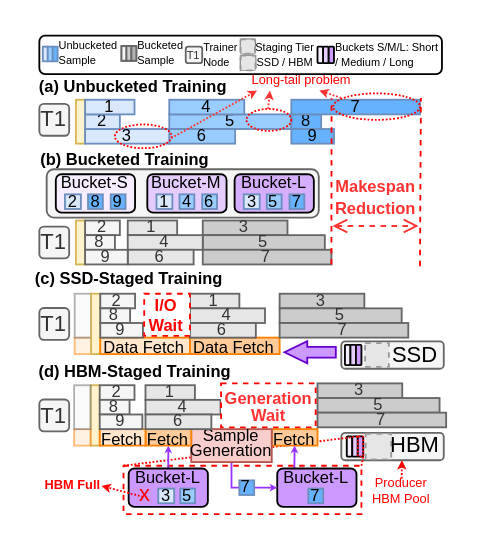
GoodMorningSir/My_drawioPicture keeps this draw.io diagram as 7.14心脏矢量图/design_slot.drawio. Above is the earlier version. Source tidied: cells renumbered, new cells numbered last; positions are measured from the earlier drawing's top-left corner, leaving out a move shared by most shapes. Both pictures are drawn from the tidied source at 183%, with x=0, y=0 at pixel (31, 35). Pictures stored in the file or linked from it are replaced by grey dashed boxes.
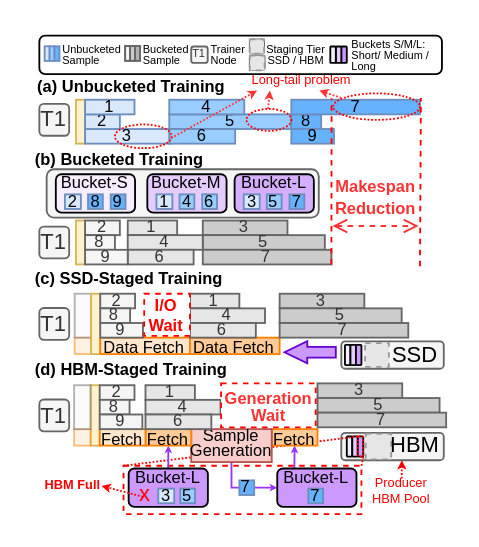
The same page after the edit.

Change to the diagram source:
```diff
@@
     <mxCell id="37" value="&lt;font style=&quot;font-size: 9px;&quot;&gt;(a) Unbucketed Training&lt;/font&gt;" style="text;html=1;whiteSpace=wrap;strokeColor=none;fillColor=none;align=center;verticalAlign=middle;rounded=0;fontStyle=1;" parent="1" vertex="1">
-      <mxGeometry x="3" y="19" width="105" height="15" as="geometry" />
+      <mxGeometry x="2" y="19" width="105" height="15" as="geometry" />
     </mxCell>
     <mxCell id="38" value="&lt;font style=&quot;font-size: 9px;&quot;&gt;(b) Bucketed Training&lt;/font&gt;" style="text;html=1;whiteSpace=wrap;strokeColor=none;fillColor=none;align=left;verticalAlign=middle;rounded=0;fontStyle=1;" parent="1" vertex="1">
-      <mxGeometry x="3" y="59" width="190" height="15" as="geometry" />
+      <mxGeometry x="-0.2" y="59" width="190" height="15" as="geometry" />
     </mxCell>
@@
     <mxCell id="81" value="&lt;font style=&quot;font-size: 9px;&quot;&gt;(d) HBM-Staged Training&lt;/font&gt;" style="text;html=1;whiteSpace=wrap;strokeColor=none;fillColor=none;align=left;verticalAlign=middle;rounded=0;fontStyle=1;" parent="1" vertex="1">
-      <mxGeometry x="2" y="175" width="190" height="15" as="geometry" />
+      <mxGeometry x="-0.2" y="174" width="190" height="15" as="geometry" />
     </mxCell>
     <mxCell id="82" style="group;" parent="1" vertex="1">
-      <mxGeometry x="4" width="220" height="21" as="geometry" />
+      <mxGeometry x="4" width="221" height="21" as="geometry" />
     </mxCell>
@@
     <mxCell id="84" value="&lt;font&gt;T1&lt;/font&gt;" style="rounded=1;whiteSpace=wrap;html=1;fillColor=#f5f5f5;strokeColor=#666666;fontColor=#333333;fontSize=6;" parent="82" vertex="1">
-      <mxGeometry x="80" y="6" width="9" height="9" as="geometry" />
+      <mxGeometry x="83" y="5.9" width="9" height="9" as="geometry" />
     </mxCell>
-    <mxCell id="85" value="&lt;div&gt;&lt;div&gt;Trainer&lt;/div&gt;&lt;div&gt;Node&lt;/div&gt;&lt;/div&gt;" style="text;html=1;whiteSpace=wrap;strokeColor=none;fillColor=none;align=left;verticalAlign=middle;rounded=0;fontSize=6;" parent="82" vertex="1">
-      <mxGeometry x="88.1" y="1.3" width="22.4" height="18.5" as="geometry" />
+    <mxCell id="85" value="&lt;div style=&quot;line-height: 100%;&quot;&gt;&lt;div&gt;Trainer&lt;/div&gt;&lt;div&gt;Node&lt;/div&gt;&lt;/div&gt;" style="text;html=1;whiteSpace=wrap;strokeColor=none;fillColor=none;align=left;verticalAlign=middle;rounded=0;fontSize=6;" parent="82" vertex="1">
+      <mxGeometry x="92" y="1.1" width="22.4" height="18.5" as="geometry" />
     </mxCell>
-    <mxCell id="86" value="&lt;div&gt;Staging Tier SSD / HBM&lt;/div&gt;" style="text;html=1;whiteSpace=wrap;strokeColor=none;fillColor=none;align=center;verticalAlign=middle;rounded=0;fontSize=6;" parent="82" vertex="1">
-      <mxGeometry x="117" y="4.7" width="35.1" height="11.7" as="geometry" />
+    <mxCell id="86" value="&lt;div style=&quot;line-height: 100%;&quot;&gt;Staging Tier SSD / HBM&lt;/div&gt;" style="text;html=1;whiteSpace=wrap;strokeColor=none;fillColor=none;align=center;verticalAlign=middle;rounded=0;fontSize=6;" parent="82" vertex="1">
+      <mxGeometry x="123" y="4.5" width="35.1" height="11.7" as="geometry" />
     </mxCell>
     <mxCell id="87" style="group;fontSize=6;" parent="82" vertex="1">
-      <mxGeometry x="110" y="11" width="8.1" height="9" as="geometry" />
+      <mxGeometry x="115" y="11" width="8.1" height="9" as="geometry" />
     </mxCell>
@@
     <mxCell id="90" style="group;fontSize=6;" parent="82" vertex="1">
-      <mxGeometry x="110" y="2" width="9" height="9" as="geometry" />
+      <mxGeometry x="115" y="2" width="9" height="9" as="geometry" />
     </mxCell>
@@
-    <mxCell id="93" value="&lt;div&gt;Unbucketed Sample&lt;/div&gt;" style="text;html=1;whiteSpace=wrap;strokeColor=none;fillColor=none;align=left;verticalAlign=middle;rounded=0;fontSize=6;" parent="82" vertex="1">
-      <mxGeometry x="9" y="3.9" width="35.1" height="11.7" as="geometry" />
+    <mxCell id="93" value="&lt;div style=&quot;line-height: 100%;&quot;&gt;Unbucketed Sample&lt;/div&gt;" style="text;whiteSpace=wrap;strokeColor=none;fillColor=none;align=left;verticalAlign=middle;rounded=0;fontSize=6;html=1;autosizeText=0;" parent="82" vertex="1">
+      <mxGeometry x="11" y="4.5" width="35.1" height="11.7" as="geometry" />
     </mxCell>
     <mxCell id="94" style="group;" parent="82" vertex="1">
-      <mxGeometry x="157" y="6" width="9" height="9" as="geometry" />
+      <mxGeometry x="164" y="5.9" width="9" height="9" as="geometry" />
     </mxCell>
@@
     <mxCell id="98" style="group;fillColor=#f5f5f5;fontColor=#333333;strokeColor=#666666;" parent="82" vertex="1">
-      <mxGeometry x="44.9" y="5.7" width="8.1" height="8" as="geometry" />
+      <mxGeometry x="46.9" y="5.7" width="8.1" height="8" as="geometry" />
     </mxCell>
@@
     <mxCell id="102" style="group;" parent="82" vertex="1">
-      <mxGeometry x="1.9" y="6.7" width="8.1" height="8" as="geometry" />
+      <mxGeometry x="2.9" y="6.5" width="8.1" height="8" as="geometry" />
     </mxCell>
@@
-    <mxCell id="107" value="&lt;div&gt;Bucketed Sample&lt;/div&gt;" style="text;html=1;whiteSpace=wrap;strokeColor=none;fillColor=none;align=left;verticalAlign=middle;rounded=0;fontSize=6;" parent="82" vertex="1">
-      <mxGeometry x="52.2" y="3.9" width="35.1" height="11.7" as="geometry" />
+    <mxCell id="107" value="&lt;div style=&quot;line-height: 100%;&quot;&gt;Bucketed Sample&lt;/div&gt;" style="text;html=1;whiteSpace=wrap;strokeColor=none;fillColor=none;align=left;verticalAlign=middle;rounded=0;fontSize=6;" parent="82" vertex="1">
+      <mxGeometry x="55" y="3.9" width="35.1" height="11.7" as="geometry" />
     </mxCell>
-    <mxCell id="108" value="&lt;font style=&quot;line-height: 100%;&quot;&gt;Buckets S/M/L: Short / Medium / Long&lt;/font&gt;" style="text;html=1;whiteSpace=wrap;strokeColor=none;fillColor=none;align=left;verticalAlign=middle;rounded=0;fontSize=6;spacing=2;spacingTop=0;fontFamily=Helvetica;fontColor=default;fontStyle=0;" parent="82" vertex="1">
-      <mxGeometry x="160" y="4.1" width="60" height="13" as="geometry" />
+    <mxCell id="108" value="&lt;div style=&quot;line-height: 100%;&quot;&gt;&lt;font style=&quot;line-height: 100%;&quot;&gt;Buckets S/M/L: Short/&amp;nbsp;&lt;/font&gt;&lt;span style=&quot;background-color: transparent; color: light-dark(rgb(0, 0, 0), rgb(255, 255, 255));&quot;&gt;Medium / Long&lt;/span&gt;&lt;/div&gt;" style="text;html=1;whiteSpace=wrap;strokeColor=none;fillColor=none;align=left;verticalAlign=middle;rounded=0;fontSize=6;spacing=2;spacingTop=0;fontFamily=Helvetica;fontColor=default;fontStyle=0;" parent="82" vertex="1">
+      <mxGeometry x="169" y="3.9" width="53" height="13" as="geometry" />
     </mxCell>
```
